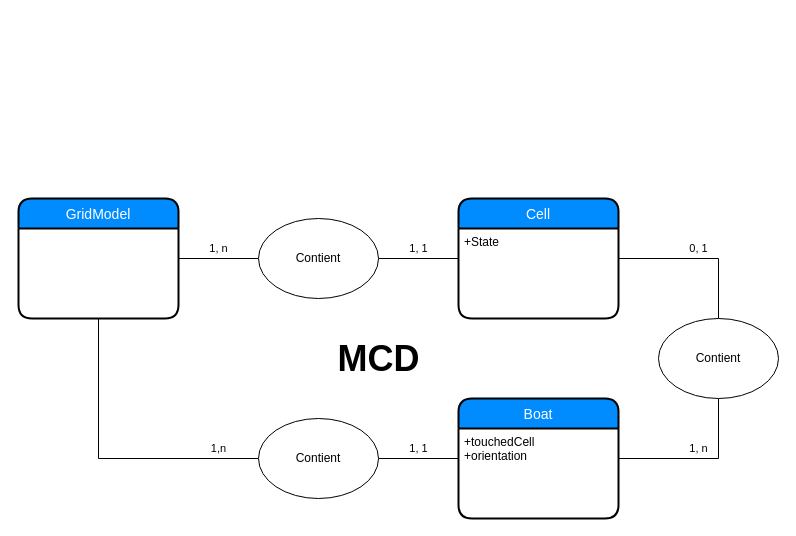
BurkhalterY/EPSIC_Battleship keeps this draw.io diagram as files/MCD.drawio. Above is the earlier version. Source tidied: cells renumbered, new cells numbered last; positions are measured from the earlier drawing's top-left corner, leaving out a move shared by most shapes. Both pictures are drawn from the tidied source at 100%, with x=0, y=0 at pixel (18, 198).
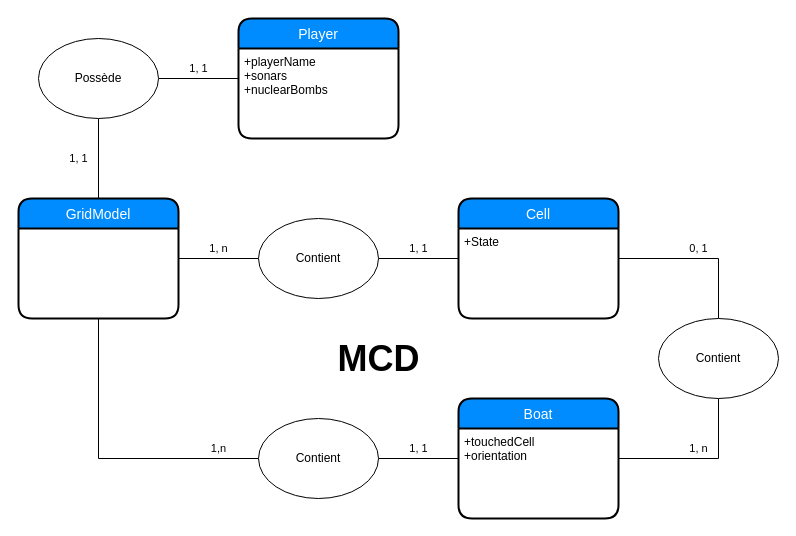
Above is the later version.

The change refers to these unchanged cells:
```xml
<mxCell id="4" value="GridModel" style="swimlane;horizontal=1;startSize=30;fillColor=#008cff;fontColor=#FFFFFF;rounded=1;fontSize=14;fontStyle=0;strokeWidth=2;shadow=0;dashed=0;align=center;" parent="1" vertex="1">
  <mxGeometry width="160" height="120" as="geometry" />
</mxCell>
```

Diff of the diagram source:
```diff
@@
+    <mxCell id="17" value="1, 1" style="edgeStyle=orthogonalEdgeStyle;rounded=0;jettySize=auto;html=1;endArrow=none;endFill=0;" parent="1" edge="1" source="18" target="21">
+      <mxGeometry y="-10" relative="1" as="geometry" />
+    </mxCell>
+    <mxCell id="18" value="Player" style="swimlane;horizontal=1;startSize=30;fillColor=#008cff;fontColor=#FFFFFF;rounded=1;fontSize=14;fontStyle=0;strokeWidth=2;shadow=0;dashed=0;align=center;" parent="1" vertex="1">
+      <mxGeometry x="220" y="-180" width="160" height="120" as="geometry" />
+    </mxCell>
+    <mxCell id="19" value="+playerName&#10;+sonars&#10;+nuclearBombs&#10;" style="align=left;strokeColor=none;fillColor=none;spacingLeft=4;fontSize=12;verticalAlign=top;" parent="18" vertex="1">
+      <mxGeometry y="30" width="160" height="90" as="geometry" />
+    </mxCell>
+    <mxCell id="20" value="1, 1" style="edgeStyle=orthogonalEdgeStyle;rounded=0;jettySize=auto;html=1;exitX=0.5;exitY=1;exitDx=0;exitDy=0;endArrow=none;endFill=0;" parent="1" edge="1" source="21" target="4">
+      <mxGeometry y="-20" relative="1" as="geometry" />
+    </mxCell>
+    <mxCell id="21" value="Possède" style="ellipse;whiteSpace=wrap;html=1;" parent="1" vertex="1">
+      <mxGeometry x="20" y="-160" width="120" height="80" as="geometry" />
+    </mxCell>
```
